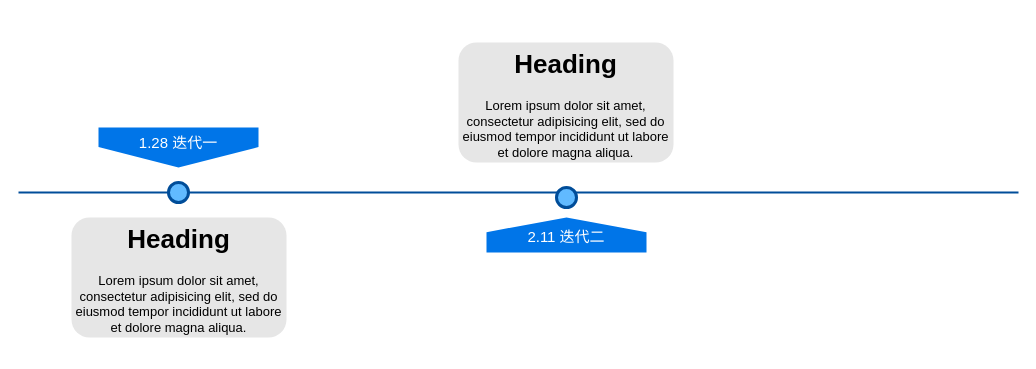
The draw.io diagram 14-finalapp/Untitled Diagram.drawio in RdAllen/Book, before the edit. Source tidied: cells renumbered, new cells numbered last; positions are measured from the earlier drawing's top-left corner, leaving out a move shared by most shapes. Both pictures are drawn from the tidied source at 100%, with x=0, y=0 at pixel (18, 42).
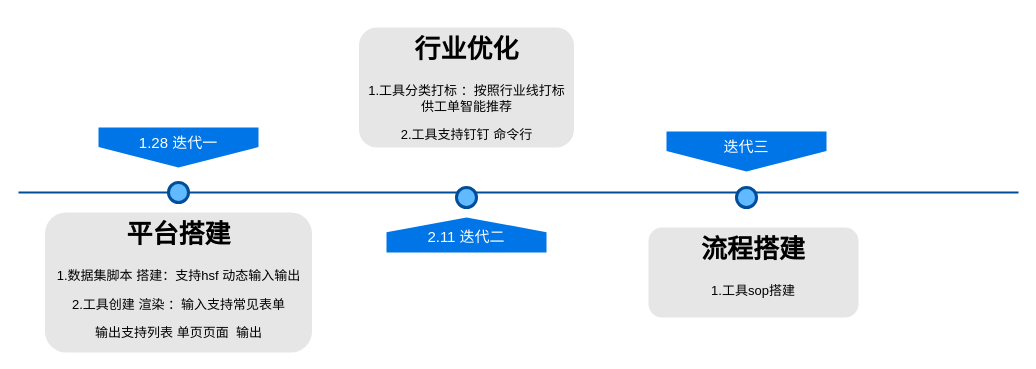
The same diagram, later.

Diff of the diagram source:
```diff
@@
 <mxGraphModel background="#ffffff">
   <root>
     <mxCell id="0" />
     <mxCell id="1" parent="0" />
     <mxCell id="2" style="line;strokeWidth=2;html=1;fillColor=none;fontSize=28;fontColor=#004D99;strokeColor=#004D99;" parent="1" vertex="1">
       <mxGeometry y="145" width="1000" height="10" as="geometry" />
     </mxCell>
     <mxCell id="3" value="1.28 迭代一" style="shape=offPageConnector;whiteSpace=wrap;html=1;fillColor=#0075E8;fontSize=15;fontColor=#FFFFFF;size=0.5093750000000015;verticalAlign=top;strokeColor=none;" parent="1" vertex="1">
       <mxGeometry x="80" y="85" width="160" height="40" as="geometry" />
     </mxCell>
     <mxCell id="4" value="2.11 迭代二" style="shape=offPageConnector;whiteSpace=wrap;html=1;fillColor=#0075E8;fontSize=15;fontColor=#FFFFFF;size=0.4178571428571445;flipV=1;verticalAlign=bottom;strokeColor=none;spacingBottom=4;" parent="1" vertex="1">
-      <mxGeometry x="468" y="175" width="160" height="35" as="geometry" />
+      <mxGeometry x="368" y="175" width="160" height="35" as="geometry" />
     </mxCell>
     <mxCell id="5" style="ellipse;whiteSpace=wrap;html=1;fillColor=#61BAFF;fontSize=28;fontColor=#004D99;strokeWidth=3;strokeColor=#004D99;" parent="1" vertex="1">
       <mxGeometry x="150" y="140" width="20" height="20" as="geometry" />
     </mxCell>
     <mxCell id="6" style="ellipse;whiteSpace=wrap;html=1;fillColor=#61BAFF;fontSize=28;fontColor=#004D99;strokeWidth=3;strokeColor=#004D99;" parent="1" vertex="1">
-      <mxGeometry x="538" y="145" width="20" height="20" as="geometry" />
+      <mxGeometry x="438" y="145" width="20" height="20" as="geometry" />
     </mxCell>
-    <mxCell id="7" value="&lt;h1&gt;Heading&lt;/h1&gt;&lt;p&gt;Lorem ipsum dolor sit amet, consectetur adipisicing elit, sed do eiusmod tempor incididunt ut labore et dolore magna aliqua.&lt;/p&gt;" style="text;html=1;spacing=5;spacingTop=-20;whiteSpace=wrap;overflow=hidden;strokeColor=none;strokeWidth=3;fillColor=#E6E6E6;fontSize=13;fontColor=#000000;align=center;rounded=1;" parent="1" vertex="1">
-      <mxGeometry x="53" y="175" width="215" height="120" as="geometry" />
+    <mxCell id="7" value="&lt;h1&gt;平台搭建&lt;/h1&gt;&lt;p&gt;1.数据集脚本 搭建：支持hsf 动态输入输出&lt;/p&gt;&lt;p&gt;2.工具创建 渲染 ：输入支持常见表单&lt;/p&gt;&lt;p&gt;输出支持列表 单页页面&amp;nbsp; 输出&lt;/p&gt;" style="text;html=1;spacing=5;spacingTop=-20;whiteSpace=wrap;overflow=hidden;strokeColor=none;strokeWidth=3;fillColor=#E6E6E6;fontSize=13;fontColor=#000000;align=center;rounded=1;" parent="1" vertex="1">
+      <mxGeometry x="26.5" y="170" width="267" height="140" as="geometry" />
     </mxCell>
-    <mxCell id="8" value="&lt;h1&gt;Heading&lt;/h1&gt;&lt;p&gt;Lorem ipsum dolor sit amet, consectetur adipisicing elit, sed do eiusmod tempor incididunt ut labore et dolore magna aliqua.&lt;/p&gt;" style="text;html=1;spacing=5;spacingTop=-20;whiteSpace=wrap;overflow=hidden;strokeColor=none;strokeWidth=3;fillColor=#E6E6E6;fontSize=13;fontColor=#000000;align=center;rounded=1;" parent="1" vertex="1">
-      <mxGeometry x="440" width="215" height="120" as="geometry" />
+    <mxCell id="8" value="&lt;h1&gt;行业优化&lt;/h1&gt;&lt;p&gt;1.工具分类打标 ：按照行业线打标 供工单智能推荐&lt;/p&gt;&lt;p&gt;2.工具支持钉钉 命令行&lt;/p&gt;&lt;p&gt;&lt;br&gt;&lt;/p&gt;" style="text;html=1;spacing=5;spacingTop=-20;whiteSpace=wrap;overflow=hidden;strokeColor=none;strokeWidth=3;fillColor=#E6E6E6;fontSize=13;fontColor=#000000;align=center;rounded=1;" parent="1" vertex="1">
+      <mxGeometry x="340.5" y="-15" width="215" height="120" as="geometry" />
     </mxCell>
+    <mxCell id="9" style="ellipse;whiteSpace=wrap;html=1;fillColor=#61BAFF;fontSize=28;fontColor=#004D99;strokeWidth=3;strokeColor=#004D99;" parent="1" vertex="1">
+      <mxGeometry x="718" y="145" width="20" height="20" as="geometry" />
+    </mxCell>
+    <mxCell id="10" value="&lt;h1&gt;流程搭建&lt;/h1&gt;&lt;p&gt;1.工具sop搭建&lt;/p&gt;&lt;p&gt;&lt;br&gt;&lt;/p&gt;" style="text;html=1;spacing=5;spacingTop=-20;whiteSpace=wrap;overflow=hidden;strokeColor=none;strokeWidth=3;fillColor=#E6E6E6;fontSize=13;fontColor=#000000;align=center;rounded=1;" parent="1" vertex="1">
+      <mxGeometry x="630" y="185" width="210" height="90" as="geometry" />
+    </mxCell>
+    <mxCell id="11" value="&amp;nbsp;迭代三&amp;nbsp;&lt;br&gt;" style="shape=offPageConnector;whiteSpace=wrap;html=1;fillColor=#0075E8;fontSize=15;fontColor=#FFFFFF;size=0.5093750000000015;verticalAlign=top;strokeColor=none;" parent="1" vertex="1">
+      <mxGeometry x="648" y="89" width="160" height="40" as="geometry" />
+    </mxCell>
   </root>
 </mxGraphModel>
```
